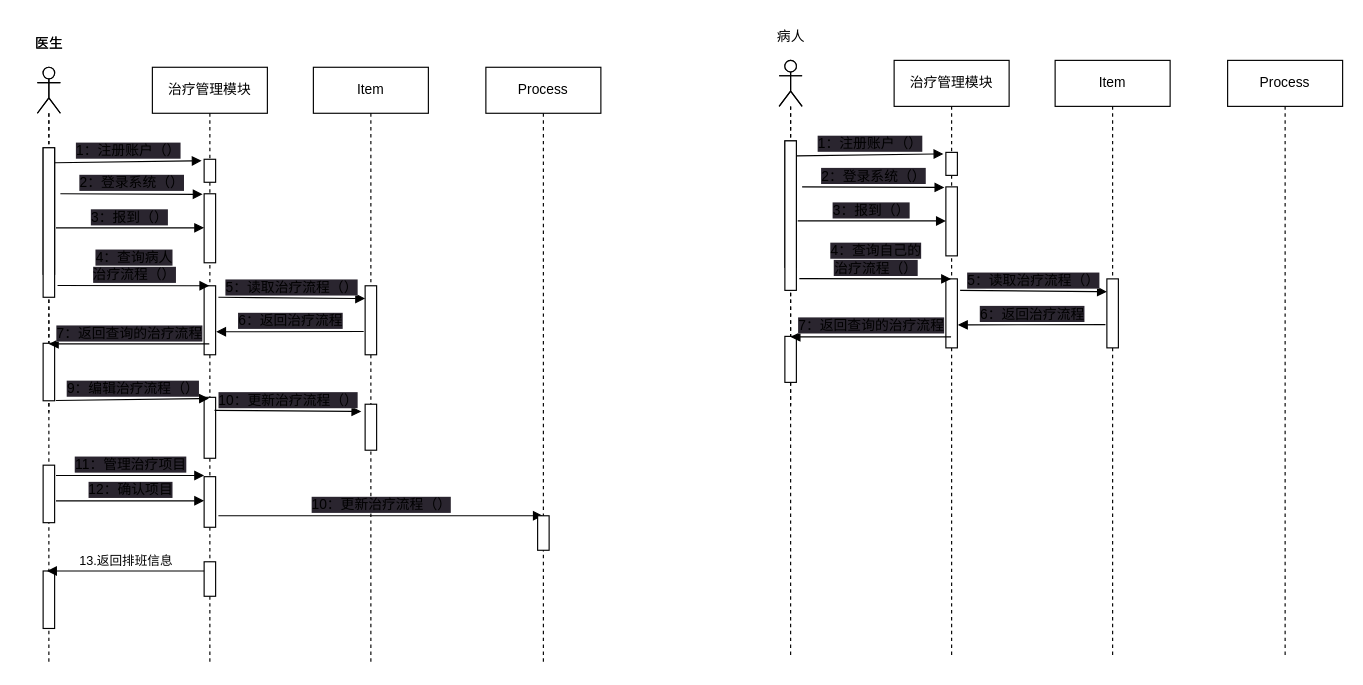
Before: 顺序图.drawio in Blouse-Quin/Time-Allocation-Platform, a draw.io diagram. Source tidied: cells renumbered, new cells numbered last; positions are measured from the earlier drawing's top-left corner, leaving out a move shared by most shapes. Both pictures are drawn from the tidied source at 115%, with x=0, y=0 at pixel (20, 20).
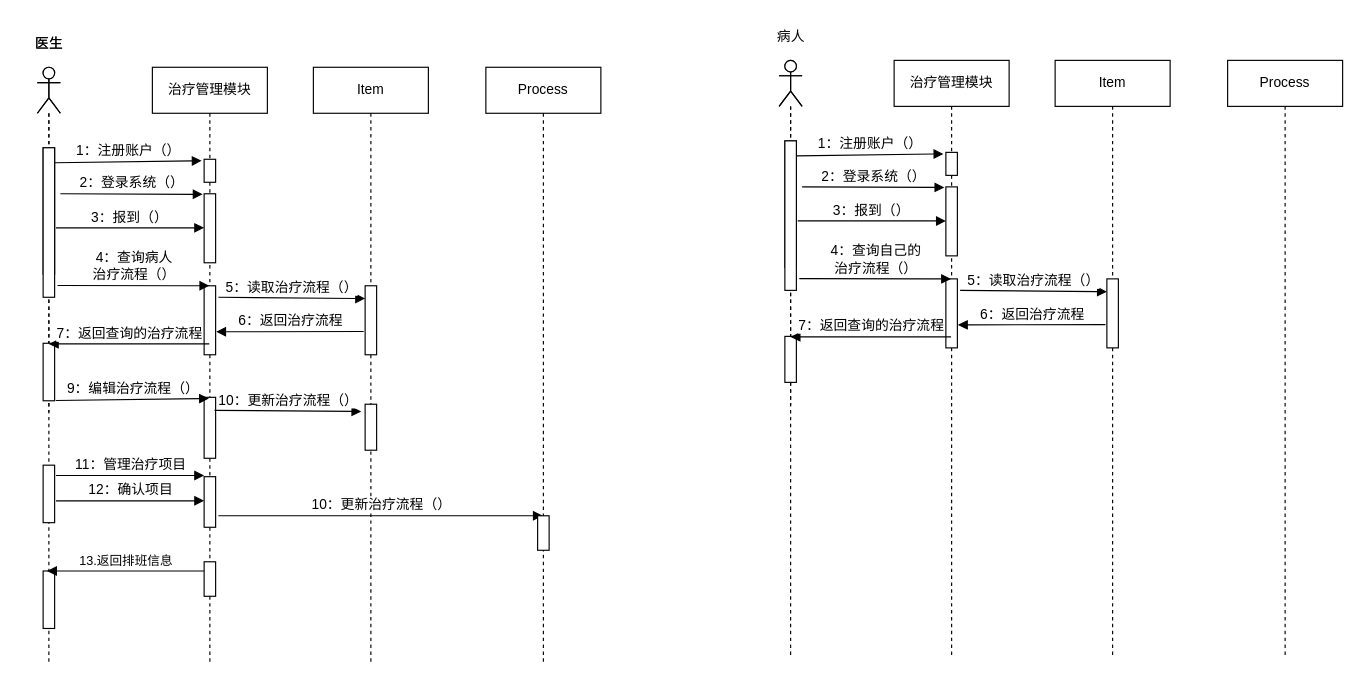
The same diagram, later.

The change refers to these unchanged cells:
```xml
<mxCell id="3" style="html=1;points=[];perimeter=orthogonalPerimeter;" parent="2" vertex="1">
  <mxGeometry x="5" y="70" width="10" height="110" as="geometry" />
</mxCell>
<mxCell id="4" value="治疗管理模块" style="shape=umlLifeline;perimeter=lifelinePerimeter;whiteSpace=wrap;html=1;outlineConnect=0;" parent="1" vertex="1">
  <mxGeometry x="115" y="41" width="100" height="520" as="geometry" />
</mxCell>
<mxCell id="5" style="html=1;points=[];perimeter=orthogonalPerimeter;" parent="4" vertex="1">
  <mxGeometry x="45" y="80" width="10" height="20" as="geometry" />
</mxCell>
<mxCell id="6" style="html=1;points=[];perimeter=orthogonalPerimeter;" parent="4" vertex="1">
  <mxGeometry x="45" y="110" width="10" height="60" as="geometry" />
</mxCell>
<mxCell id="13" value="Item" style="shape=umlLifeline;perimeter=lifelinePerimeter;whiteSpace=wrap;html=1;" parent="1" vertex="1">
  <mxGeometry x="255" y="41" width="100" height="520" as="geometry" />
</mxCell>
<mxCell id="14" style="html=1;points=[];perimeter=orthogonalPerimeter;" parent="13" vertex="1">
  <mxGeometry x="45" y="293" width="10" height="40" as="geometry" />
</mxCell>
<mxCell id="16" style="html=1;points=[];perimeter=orthogonalPerimeter;" parent="13" vertex="1">
  <mxGeometry x="45" y="190" width="10" height="60" as="geometry" />
</mxCell>
<mxCell id="19" value="Process" style="shape=umlLifeline;perimeter=lifelinePerimeter;whiteSpace=wrap;html=1;outlineConnect=0;" parent="1" vertex="1">
  <mxGeometry x="405" y="41" width="100" height="520" as="geometry" />
</mxCell>
<mxCell id="25" style="html=1;points=[];perimeter=orthogonalPerimeter;" parent="24" vertex="1">
  <mxGeometry x="5" y="70" width="10" height="130" as="geometry" />
</mxCell>
<mxCell id="26" style="html=1;points=[];perimeter=orthogonalPerimeter;" parent="24" vertex="1">
  <mxGeometry x="5" y="240" width="10" height="50" as="geometry" />
</mxCell>
<mxCell id="37" style="html=1;points=[];perimeter=orthogonalPerimeter;" parent="36" vertex="1">
  <mxGeometry x="5" y="70" width="10" height="110" as="geometry" />
</mxCell>
<mxCell id="38" value="治疗管理模块" style="shape=umlLifeline;perimeter=lifelinePerimeter;whiteSpace=wrap;html=1;outlineConnect=0;" parent="1" vertex="1">
  <mxGeometry x="760" y="35" width="100" height="520" as="geometry" />
</mxCell>
<mxCell id="39" style="html=1;points=[];perimeter=orthogonalPerimeter;" parent="38" vertex="1">
  <mxGeometry x="45" y="80" width="10" height="20" as="geometry" />
</mxCell>
<mxCell id="40" style="html=1;points=[];perimeter=orthogonalPerimeter;" parent="38" vertex="1">
  <mxGeometry x="45" y="110" width="10" height="60" as="geometry" />
</mxCell>
<mxCell id="42" value="Item" style="shape=umlLifeline;perimeter=lifelinePerimeter;whiteSpace=wrap;html=1;" parent="1" vertex="1">
  <mxGeometry x="900" y="35" width="100" height="520" as="geometry" />
</mxCell>
<mxCell id="44" style="html=1;points=[];perimeter=orthogonalPerimeter;" parent="42" vertex="1">
  <mxGeometry x="45" y="190" width="10" height="60" as="geometry" />
</mxCell>
<mxCell id="52" style="html=1;points=[];perimeter=orthogonalPerimeter;" parent="51" vertex="1">
  <mxGeometry x="5" y="70" width="10" height="130" as="geometry" />
</mxCell>
<mxCell id="53" style="html=1;points=[];perimeter=orthogonalPerimeter;" parent="51" vertex="1">
  <mxGeometry x="5" y="240" width="10" height="40" as="geometry" />
</mxCell>
```

Change to the diagram source:
```diff
@@
-<mxGraphModel>
+<mxGraphModel background="#ffffff">
@@
-    <mxCell id="10" value="&lt;span style=&quot;font-size: 12px; background-color: rgb(42, 37, 47);&quot;&gt;11：管理治疗项目&lt;/span&gt;" style="html=1;verticalAlign=bottom;endArrow=block;exitX=1.118;exitY=0.633;exitDx=0;exitDy=0;exitPerimeter=0;" parent="4" edge="1">
+    <mxCell id="10" value="&lt;span style=&quot;font-size: 12px; background-color: rgb(255, 255, 255);&quot;&gt;11：管理治疗项目&lt;/span&gt;" style="html=1;verticalAlign=bottom;endArrow=block;exitX=1.118;exitY=0.633;exitDx=0;exitDy=0;exitPerimeter=0;" parent="4" edge="1">
       <mxGeometry x="0.01" relative="1" as="geometry">
         <mxPoint x="-83.8" y="355" as="sourcePoint" />
         <mxPoint x="45" y="355" as="targetPoint" />
       </mxGeometry>
     </mxCell>
-    <mxCell id="11" value="&lt;span style=&quot;font-size: 12px; background-color: rgb(42, 37, 47);&quot;&gt;12：确认项目&lt;/span&gt;" style="html=1;verticalAlign=bottom;endArrow=block;exitX=1.118;exitY=0.633;exitDx=0;exitDy=0;exitPerimeter=0;" parent="4" edge="1">
+    <mxCell id="11" value="&lt;span style=&quot;font-size: 12px; background-color: rgb(255, 255, 255);&quot;&gt;12：确认项目&lt;/span&gt;" style="html=1;verticalAlign=bottom;endArrow=block;exitX=1.118;exitY=0.633;exitDx=0;exitDy=0;exitPerimeter=0;" parent="4" edge="1">
       <mxGeometry x="0.01" relative="1" as="geometry">
         <mxPoint x="-83.8" y="377" as="sourcePoint" />
         <mxPoint x="45" y="377" as="targetPoint" />
       </mxGeometry>
     </mxCell>
@@
-    <mxCell id="15" value="&lt;span style=&quot;font-size: 12px; background-color: rgb(42, 37, 47);&quot;&gt;5：读取治疗流程（）&lt;/span&gt;" style="html=1;verticalAlign=bottom;endArrow=block;entryX=-0.331;entryY=0.157;entryDx=0;entryDy=0;entryPerimeter=0;exitX=0.91;exitY=0.313;exitDx=0;exitDy=0;exitPerimeter=0;" parent="13" edge="1">
+    <mxCell id="15" value="&lt;span style=&quot;font-size: 12px; background-color: rgb(255, 255, 255);&quot;&gt;5：读取治疗流程（）&lt;/span&gt;" style="html=1;verticalAlign=bottom;endArrow=block;entryX=-0.331;entryY=0.157;entryDx=0;entryDy=0;entryPerimeter=0;exitX=0.91;exitY=0.313;exitDx=0;exitDy=0;exitPerimeter=0;" parent="13" edge="1">
       <mxGeometry x="0.01" relative="1" as="geometry">
         <mxPoint x="-82.6" y="200" as="sourcePoint" />
         <mxPoint x="45" y="201.1" as="targetPoint" />
       </mxGeometry>
     </mxCell>
@@
-    <mxCell id="17" value="&lt;span style=&quot;font-size: 12px; background-color: rgb(42, 37, 47);&quot;&gt;6：返回治疗流程&lt;/span&gt;" style="html=1;verticalAlign=bottom;endArrow=block;entryX=0.5;entryY=0.011;entryDx=0;entryDy=0;entryPerimeter=0;exitX=-0.124;exitY=0.663;exitDx=0;exitDy=0;exitPerimeter=0;" parent="13" edge="1" source="16">
+    <mxCell id="17" value="&lt;span style=&quot;font-size: 12px; background-color: rgb(255, 255, 255);&quot;&gt;6：返回治疗流程&lt;/span&gt;" style="html=1;verticalAlign=bottom;endArrow=block;entryX=0.5;entryY=0.011;entryDx=0;entryDy=0;entryPerimeter=0;exitX=-0.124;exitY=0.663;exitDx=0;exitDy=0;exitPerimeter=0;" parent="13" edge="1" source="16">
       <mxGeometry relative="1" as="geometry">
         <mxPoint x="-84.5" y="230" as="targetPoint" />
       </mxGeometry>
     </mxCell>
-    <mxCell id="18" value="&lt;span style=&quot;font-size: 12px; background-color: rgb(42, 37, 47);&quot;&gt;10：更新治疗流程（）&lt;/span&gt;" style="html=1;verticalAlign=bottom;endArrow=block;exitX=0.91;exitY=0.313;exitDx=0;exitDy=0;exitPerimeter=0;" parent="13" edge="1" target="19">
+    <mxCell id="18" value="&lt;span style=&quot;font-size: 12px; background-color: rgb(255, 255, 255);&quot;&gt;10：更新治疗流程（）&lt;/span&gt;" style="html=1;verticalAlign=bottom;endArrow=block;exitX=0.91;exitY=0.313;exitDx=0;exitDy=0;exitPerimeter=0;" parent="13" edge="1" target="19">
       <mxGeometry x="0.01" relative="1" as="geometry">
         <mxPoint x="-82.6" y="390" as="sourcePoint" />
       </mxGeometry>
     </mxCell>
@@
-    <mxCell id="20" value="&lt;span style=&quot;font-size: 12px; background-color: rgb(42, 37, 47);&quot;&gt;1：注册账户（）&lt;/span&gt;" style="html=1;verticalAlign=bottom;endArrow=block;entryX=-0.216;entryY=0.067;entryDx=0;entryDy=0;entryPerimeter=0;exitX=1.034;exitY=0.118;exitDx=0;exitDy=0;exitPerimeter=0;" parent="1" edge="1" source="3" target="5">
+    <mxCell id="20" value="&lt;span style=&quot;font-size: 12px; background-color: rgb(255, 255, 255);&quot;&gt;1：注册账户（）&lt;/span&gt;" style="html=1;verticalAlign=bottom;endArrow=block;entryX=-0.216;entryY=0.067;entryDx=0;entryDy=0;entryPerimeter=0;exitX=1.034;exitY=0.118;exitDx=0;exitDy=0;exitPerimeter=0;" parent="1" edge="1" source="3" target="5">
       <mxGeometry relative="1" as="geometry" />
     </mxCell>
-    <mxCell id="21" value="&lt;span style=&quot;font-size: 12px; background-color: rgb(42, 37, 47);&quot;&gt;2：登录系统（）&lt;/span&gt;" style="html=1;verticalAlign=bottom;endArrow=block;entryX=-0.132;entryY=0.026;entryDx=0;entryDy=0;entryPerimeter=0;" parent="1" edge="1">
+    <mxCell id="21" value="&lt;span style=&quot;font-size: 12px; background-color: rgb(255, 255, 255);&quot;&gt;2：登录系统（）&lt;/span&gt;" style="html=1;verticalAlign=bottom;endArrow=block;entryX=-0.132;entryY=0.026;entryDx=0;entryDy=0;entryPerimeter=0;" parent="1" edge="1">
       <mxGeometry relative="1" as="geometry">
         <mxPoint x="35" y="151" as="sourcePoint" />
         <mxPoint x="158.7" y="151.5" as="targetPoint" />
       </mxGeometry>
     </mxCell>
-    <mxCell id="22" value="&lt;span style=&quot;font-size: 12px; background-color: rgb(42, 37, 47);&quot;&gt;3：报到（）&lt;/span&gt;" style="html=1;verticalAlign=bottom;endArrow=block;exitX=1.118;exitY=0.633;exitDx=0;exitDy=0;exitPerimeter=0;" parent="1" edge="1" source="3" target="6">
+    <mxCell id="22" value="&lt;span style=&quot;font-size: 12px; background-color: rgb(255, 255, 255);&quot;&gt;3：报到（）&lt;/span&gt;" style="html=1;verticalAlign=bottom;endArrow=block;exitX=1.118;exitY=0.633;exitDx=0;exitDy=0;exitPerimeter=0;" parent="1" edge="1" source="3" target="6">
       <mxGeometry relative="1" as="geometry" />
     </mxCell>
@@
-    <mxCell id="30" value="&lt;span style=&quot;font-size: 12px; background-color: rgb(42, 37, 47);&quot;&gt;4：查询病人&lt;br&gt;治疗流程（）&lt;/span&gt;" style="html=1;verticalAlign=bottom;endArrow=block;exitX=1.255;exitY=0.921;exitDx=0;exitDy=0;exitPerimeter=0;" parent="1" edge="1" source="25" target="4">
+    <mxCell id="30" value="&lt;span style=&quot;font-size: 12px; background-color: rgb(255, 255, 255);&quot;&gt;4：查询病人&lt;br&gt;治疗流程（）&lt;/span&gt;" style="html=1;verticalAlign=bottom;endArrow=block;exitX=1.255;exitY=0.921;exitDx=0;exitDy=0;exitPerimeter=0;" parent="1" edge="1" source="25" target="4">
       <mxGeometry relative="1" as="geometry">
         <Array as="points">
           <mxPoint x="155" y="231" />
         </Array>
       </mxGeometry>
     </mxCell>
-    <mxCell id="31" value="&lt;span style=&quot;font-size: 12px; background-color: rgb(42, 37, 47);&quot;&gt;7：返回查询的治疗流程&lt;/span&gt;" style="html=1;verticalAlign=bottom;endArrow=block;entryX=0.5;entryY=0.011;entryDx=0;entryDy=0;entryPerimeter=0;" parent="1" edge="1" source="4" target="26">
+    <mxCell id="31" value="&lt;span style=&quot;font-size: 12px; background-color: rgb(255, 255, 255);&quot;&gt;7：返回查询的治疗流程&lt;/span&gt;" style="html=1;verticalAlign=bottom;endArrow=block;entryX=0.5;entryY=0.011;entryDx=0;entryDy=0;entryPerimeter=0;" parent="1" edge="1" source="4" target="26">
       <mxGeometry relative="1" as="geometry" />
     </mxCell>
-    <mxCell id="32" value="&lt;span style=&quot;font-size: 12px; background-color: rgb(42, 37, 47);&quot;&gt;9：编辑治疗流程（）&lt;/span&gt;" style="html=1;verticalAlign=bottom;endArrow=block;entryX=-0.177;entryY=0.253;entryDx=0;entryDy=0;entryPerimeter=0;" parent="1" edge="1">
+    <mxCell id="32" value="&lt;span style=&quot;font-size: 12px; background-color: rgb(255, 255, 255);&quot;&gt;9：编辑治疗流程（）&lt;/span&gt;" style="html=1;verticalAlign=bottom;endArrow=block;entryX=-0.177;entryY=0.253;entryDx=0;entryDy=0;entryPerimeter=0;" parent="1" edge="1">
       <mxGeometry relative="1" as="geometry">
         <mxPoint x="31" y="330.8" as="sourcePoint" />
         <mxPoint x="164.2" y="329" as="targetPoint" />
       </mxGeometry>
     </mxCell>
@@
-    <mxCell id="34" value="&lt;span style=&quot;font-size: 12px; background-color: rgb(42, 37, 47);&quot;&gt;10：更新治疗流程（）&lt;/span&gt;" style="html=1;verticalAlign=bottom;endArrow=block;entryX=-0.331;entryY=0.157;entryDx=0;entryDy=0;entryPerimeter=0;exitX=0.91;exitY=0.313;exitDx=0;exitDy=0;exitPerimeter=0;" parent="1" edge="1" target="14">
+    <mxCell id="34" value="&lt;span style=&quot;font-size: 12px; background-color: rgb(255, 255, 255);&quot;&gt;10：更新治疗流程（）&lt;/span&gt;" style="html=1;verticalAlign=bottom;endArrow=block;entryX=-0.331;entryY=0.157;entryDx=0;entryDy=0;entryPerimeter=0;exitX=0.91;exitY=0.313;exitDx=0;exitDy=0;exitPerimeter=0;" parent="1" edge="1" target="14">
       <mxGeometry x="0.01" relative="1" as="geometry">
         <mxPoint x="169.1" y="339.3" as="sourcePoint" />
       </mxGeometry>
     </mxCell>
@@
-    <mxCell id="43" value="&lt;span style=&quot;font-size: 12px; background-color: rgb(42, 37, 47);&quot;&gt;5：读取治疗流程（）&lt;/span&gt;" style="html=1;verticalAlign=bottom;endArrow=block;entryX=-0.331;entryY=0.157;entryDx=0;entryDy=0;entryPerimeter=0;exitX=0.91;exitY=0.313;exitDx=0;exitDy=0;exitPerimeter=0;" parent="42" edge="1">
+    <mxCell id="43" value="&lt;span style=&quot;font-size: 12px; background-color: rgb(255, 255, 255);&quot;&gt;5：读取治疗流程（）&lt;/span&gt;" style="html=1;verticalAlign=bottom;endArrow=block;entryX=-0.331;entryY=0.157;entryDx=0;entryDy=0;entryPerimeter=0;exitX=0.91;exitY=0.313;exitDx=0;exitDy=0;exitPerimeter=0;" parent="42" edge="1">
       <mxGeometry x="0.01" relative="1" as="geometry">
         <mxPoint x="-82.6" y="200" as="sourcePoint" />
         <mxPoint x="45" y="201.1" as="targetPoint" />
       </mxGeometry>
     </mxCell>
@@
-    <mxCell id="45" value="&lt;span style=&quot;font-size: 12px; background-color: rgb(42, 37, 47);&quot;&gt;6：返回治疗流程&lt;/span&gt;" style="html=1;verticalAlign=bottom;endArrow=block;entryX=0.5;entryY=0.011;entryDx=0;entryDy=0;entryPerimeter=0;exitX=-0.124;exitY=0.663;exitDx=0;exitDy=0;exitPerimeter=0;" parent="42" edge="1" source="44">
+    <mxCell id="45" value="&lt;span style=&quot;font-size: 12px; background-color: rgb(255, 255, 255);&quot;&gt;6：返回治疗流程&lt;/span&gt;" style="html=1;verticalAlign=bottom;endArrow=block;entryX=0.5;entryY=0.011;entryDx=0;entryDy=0;entryPerimeter=0;exitX=-0.124;exitY=0.663;exitDx=0;exitDy=0;exitPerimeter=0;" parent="42" edge="1" source="44">
       <mxGeometry relative="1" as="geometry">
         <mxPoint x="-84.5" y="230" as="targetPoint" />
       </mxGeometry>
     </mxCell>
@@
-    <mxCell id="47" value="&lt;span style=&quot;font-size: 12px; background-color: rgb(42, 37, 47);&quot;&gt;1：注册账户（）&lt;/span&gt;" style="html=1;verticalAlign=bottom;endArrow=block;entryX=-0.216;entryY=0.067;entryDx=0;entryDy=0;entryPerimeter=0;exitX=1.034;exitY=0.118;exitDx=0;exitDy=0;exitPerimeter=0;" parent="1" edge="1" source="37" target="39">
+    <mxCell id="47" value="&lt;span style=&quot;font-size: 12px; background-color: rgb(255, 255, 255);&quot;&gt;1：注册账户（）&lt;/span&gt;" style="html=1;verticalAlign=bottom;endArrow=block;entryX=-0.216;entryY=0.067;entryDx=0;entryDy=0;entryPerimeter=0;exitX=1.034;exitY=0.118;exitDx=0;exitDy=0;exitPerimeter=0;" parent="1" edge="1" source="37" target="39">
       <mxGeometry relative="1" as="geometry" />
     </mxCell>
-    <mxCell id="48" value="&lt;span style=&quot;font-size: 12px; background-color: rgb(42, 37, 47);&quot;&gt;2：登录系统（）&lt;/span&gt;" style="html=1;verticalAlign=bottom;endArrow=block;entryX=-0.132;entryY=0.026;entryDx=0;entryDy=0;entryPerimeter=0;" parent="1" edge="1">
+    <mxCell id="48" value="&lt;span style=&quot;font-size: 12px; background-color: rgb(255, 255, 255);&quot;&gt;2：登录系统（）&lt;/span&gt;" style="html=1;verticalAlign=bottom;endArrow=block;entryX=-0.132;entryY=0.026;entryDx=0;entryDy=0;entryPerimeter=0;" parent="1" edge="1">
       <mxGeometry relative="1" as="geometry">
         <mxPoint x="680" y="145" as="sourcePoint" />
         <mxPoint x="803.7" y="145.5" as="targetPoint" />
       </mxGeometry>
     </mxCell>
-    <mxCell id="49" value="&lt;span style=&quot;font-size: 12px; background-color: rgb(42, 37, 47);&quot;&gt;3：报到（）&lt;/span&gt;" style="html=1;verticalAlign=bottom;endArrow=block;exitX=1.118;exitY=0.633;exitDx=0;exitDy=0;exitPerimeter=0;" parent="1" edge="1" source="37" target="40">
+    <mxCell id="49" value="&lt;span style=&quot;font-size: 12px; background-color: rgb(255, 255, 255);&quot;&gt;3：报到（）&lt;/span&gt;" style="html=1;verticalAlign=bottom;endArrow=block;exitX=1.118;exitY=0.633;exitDx=0;exitDy=0;exitPerimeter=0;" parent="1" edge="1" source="37" target="40">
       <mxGeometry relative="1" as="geometry" />
     </mxCell>
@@
-    <mxCell id="54" value="&lt;span style=&quot;font-size: 12px; background-color: rgb(42, 37, 47);&quot;&gt;4：查询自己的&lt;br&gt;治疗流程（）&lt;/span&gt;" style="html=1;verticalAlign=bottom;endArrow=block;exitX=1.255;exitY=0.921;exitDx=0;exitDy=0;exitPerimeter=0;" parent="1" edge="1" source="52" target="38">
+    <mxCell id="54" value="&lt;span style=&quot;font-size: 12px; background-color: rgb(255, 255, 255);&quot;&gt;4：查询自己的&lt;br&gt;治疗流程（）&lt;/span&gt;" style="html=1;verticalAlign=bottom;endArrow=block;exitX=1.255;exitY=0.921;exitDx=0;exitDy=0;exitPerimeter=0;" parent="1" edge="1" source="52" target="38">
       <mxGeometry relative="1" as="geometry">
         <Array as="points">
           <mxPoint x="800" y="225" />
         </Array>
       </mxGeometry>
     </mxCell>
-    <mxCell id="55" value="&lt;span style=&quot;font-size: 12px; background-color: rgb(42, 37, 47);&quot;&gt;7：返回查询的治疗流程&lt;/span&gt;" style="html=1;verticalAlign=bottom;endArrow=block;entryX=0.5;entryY=0.011;entryDx=0;entryDy=0;entryPerimeter=0;" parent="1" edge="1" source="38" target="53">
+    <mxCell id="55" value="&lt;span style=&quot;font-size: 12px; background-color: rgb(255, 255, 255);&quot;&gt;7：返回查询的治疗流程&lt;/span&gt;" style="html=1;verticalAlign=bottom;endArrow=block;entryX=0.5;entryY=0.011;entryDx=0;entryDy=0;entryPerimeter=0;" parent="1" edge="1" source="38" target="53">
       <mxGeometry relative="1" as="geometry" />
     </mxCell>
```
